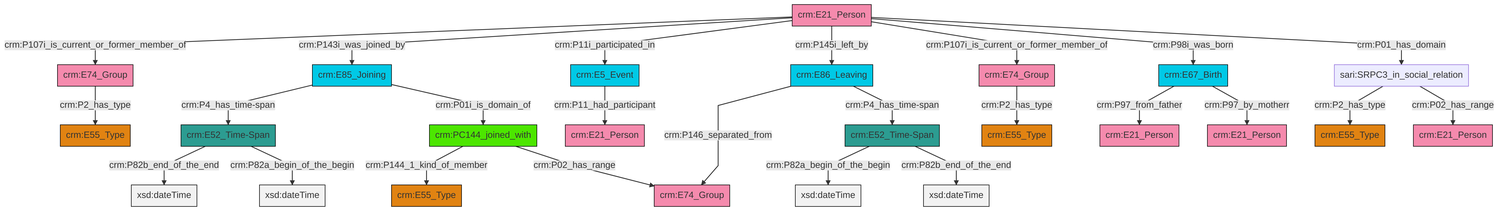
Before: et/personCSV/ttl/mmd/png/Person_Actor_Relations.png, a diagram exported from Mermaid (swiss-art-research-net/reference-data-models). Its source is kept beside it as et/personCSV/ttl/mmd/Person_Actor_Relations.ttl.mmd.
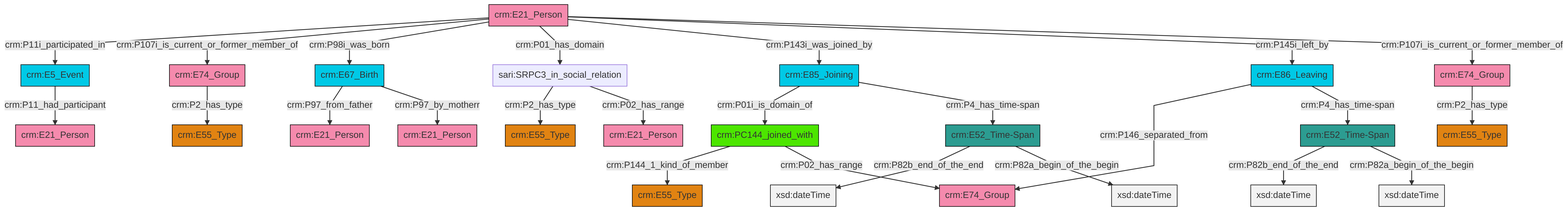
The same file after the commit.

What changed in the source:
```diff
@@ -13,27 +13,27 @@
 classDef PC_Classes fill:#4ce600, stroke:#000000;
 classDef Multi fill:#cccccc,stroke:#000000;
 
-0["crm:E86_Leaving"]:::Temporal_Entity -->|crm:P146_separated_from| 1["crm:E74_Group"]:::Actor
-4["crm:PC144_joined_with"]:::PC_Classes -->|crm:P144_1_kind_of_member| 5["crm:E55_Type"]:::Type
-6["crm:E52_Time-Span"]:::Time-Span -->|crm:P82b_end_of_the_end| 7[xsd:dateTime]:::Literal
-8["crm:E52_Time-Span"]:::Time-Span -->|crm:P82a_begin_of_the_begin| 9[xsd:dateTime]:::Literal
-11["crm:E21_Person"]:::Actor -->|crm:P107i_is_current_or_former_member_of| 12["crm:E74_Group"]:::Actor
-11["crm:E21_Person"]:::Actor -->|crm:P143i_was_joined_by| 17["crm:E85_Joining"]:::Temporal_Entity
-17["crm:E85_Joining"]:::Temporal_Entity -->|crm:P4_has_time-span| 6["crm:E52_Time-Span"]:::Time-Span
-11["crm:E21_Person"]:::Actor -->|crm:P11i_participated_in| 18["crm:E5_Event"]:::Temporal_Entity
-19["crm:E74_Group"]:::Actor -->|crm:P2_has_type| 2["crm:E55_Type"]:::Type
-11["crm:E21_Person"]:::Actor -->|crm:P145i_left_by| 0["crm:E86_Leaving"]:::Temporal_Entity
-4["crm:PC144_joined_with"]:::PC_Classes -->|crm:P02_has_range| 1["crm:E74_Group"]:::Actor
-11["crm:E21_Person"]:::Actor -->|crm:P107i_is_current_or_former_member_of| 19["crm:E74_Group"]:::Actor
-6["crm:E52_Time-Span"]:::Time-Span -->|crm:P82a_begin_of_the_begin| 33[xsd:dateTime]:::Literal
-8["crm:E52_Time-Span"]:::Time-Span -->|crm:P82b_end_of_the_end| 34[xsd:dateTime]:::Literal
-35["sari:SRPC3_in_social_relation"]:::Default -->|crm:P2_has_type| 13["crm:E55_Type"]:::Type
-31["crm:E67_Birth"]:::Temporal_Entity -->|crm:P97_from_father| 25["crm:E21_Person"]:::Actor
-12["crm:E74_Group"]:::Actor -->|crm:P2_has_type| 28["crm:E55_Type"]:::Type
-31["crm:E67_Birth"]:::Temporal_Entity -->|crm:P97_by_motherr| 23["crm:E21_Person"]:::Actor
-11["crm:E21_Person"]:::Actor -->|crm:P98i_was_born| 31["crm:E67_Birth"]:::Temporal_Entity
-17["crm:E85_Joining"]:::Temporal_Entity -->|crm:P01i_is_domain_of| 4["crm:PC144_joined_with"]:::PC_Classes
-11["crm:E21_Person"]:::Actor -->|crm:P01_has_domain| 35["sari:SRPC3_in_social_relation"]:::Default
-35["sari:SRPC3_in_social_relation"]:::Default -->|crm:P02_has_range| 43["crm:E21_Person"]:::Actor
-18["crm:E5_Event"]:::Temporal_Entity -->|crm:P11_had_participant| 40["crm:E21_Person"]:::Actor
-0["crm:E86_Leaving"]:::Temporal_Entity -->|crm:P4_has_time-span| 8["crm:E52_Time-Span"]:::Time-Span
+0["crm:E74_Group"]:::Actor -->|crm:P2_has_type| 1["crm:E55_Type"]:::Type
+2["crm:E86_Leaving"]:::Temporal_Entity -->|crm:P146_separated_from| 3["crm:E74_Group"]:::Actor
+10["crm:E21_Person"]:::Actor -->|crm:P11i_participated_in| 11["crm:E5_Event"]:::Temporal_Entity
+10["crm:E21_Person"]:::Actor -->|crm:P107i_is_current_or_former_member_of| 12["crm:E74_Group"]:::Actor
+18["crm:E67_Birth"]:::Temporal_Entity -->|crm:P97_from_father| 19["crm:E21_Person"]:::Actor
+21["crm:E85_Joining"]:::Temporal_Entity -->|crm:P01i_is_domain_of| 22["crm:PC144_joined_with"]:::PC_Classes
+10["crm:E21_Person"]:::Actor -->|crm:P98i_was_born| 18["crm:E67_Birth"]:::Temporal_Entity
+10["crm:E21_Person"]:::Actor -->|crm:P01_has_domain| 27["sari:SRPC3_in_social_relation"]:::Default
+27["sari:SRPC3_in_social_relation"]:::Default -->|crm:P2_has_type| 16["crm:E55_Type"]:::Type
+30["crm:E52_Time-Span"]:::Time-Span -->|crm:P82b_end_of_the_end| 31[xsd:dateTime]:::Literal
+30["crm:E52_Time-Span"]:::Time-Span -->|crm:P82a_begin_of_the_begin| 33[xsd:dateTime]:::Literal
+2["crm:E86_Leaving"]:::Temporal_Entity -->|crm:P4_has_time-span| 30["crm:E52_Time-Span"]:::Time-Span
+10["crm:E21_Person"]:::Actor -->|crm:P143i_was_joined_by| 21["crm:E85_Joining"]:::Temporal_Entity
+11["crm:E5_Event"]:::Temporal_Entity -->|crm:P11_had_participant| 35["crm:E21_Person"]:::Actor
+22["crm:PC144_joined_with"]:::PC_Classes -->|crm:P144_1_kind_of_member| 8["crm:E55_Type"]:::Type
+21["crm:E85_Joining"]:::Temporal_Entity -->|crm:P4_has_time-span| 37["crm:E52_Time-Span"]:::Time-Span
+18["crm:E67_Birth"]:::Temporal_Entity -->|crm:P97_by_motherr| 13["crm:E21_Person"]:::Actor
+10["crm:E21_Person"]:::Actor -->|crm:P145i_left_by| 2["crm:E86_Leaving"]:::Temporal_Entity
+10["crm:E21_Person"]:::Actor -->|crm:P107i_is_current_or_former_member_of| 0["crm:E74_Group"]:::Actor
+37["crm:E52_Time-Span"]:::Time-Span -->|crm:P82b_end_of_the_end| 40[xsd:dateTime]:::Literal
+37["crm:E52_Time-Span"]:::Time-Span -->|crm:P82a_begin_of_the_begin| 41[xsd:dateTime]:::Literal
+12["crm:E74_Group"]:::Actor -->|crm:P2_has_type| 6["crm:E55_Type"]:::Type
+22["crm:PC144_joined_with"]:::PC_Classes -->|crm:P02_has_range| 3["crm:E74_Group"]:::Actor
+27["sari:SRPC3_in_social_relation"]:::Default -->|crm:P02_has_range| 4["crm:E21_Person"]:::Actor
```
